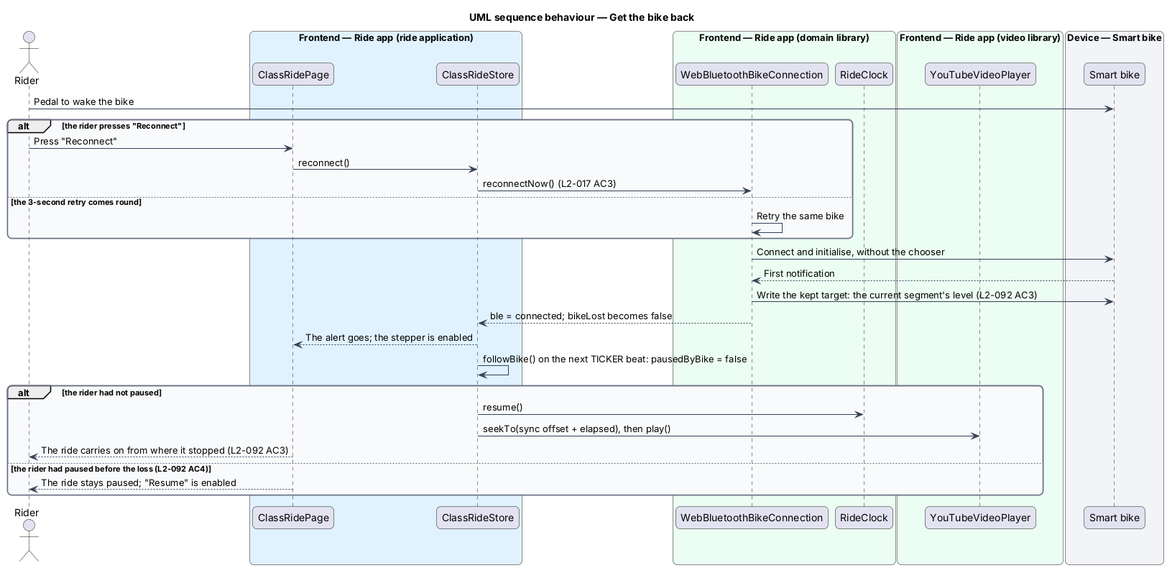
The PlantUML diagram docs/detailed-designs/class-ride/wait-for-a-lost-bike/diagrams/sequence-get-the-bike-back.png in QuinntyneBrown/ride-one, before a commit.
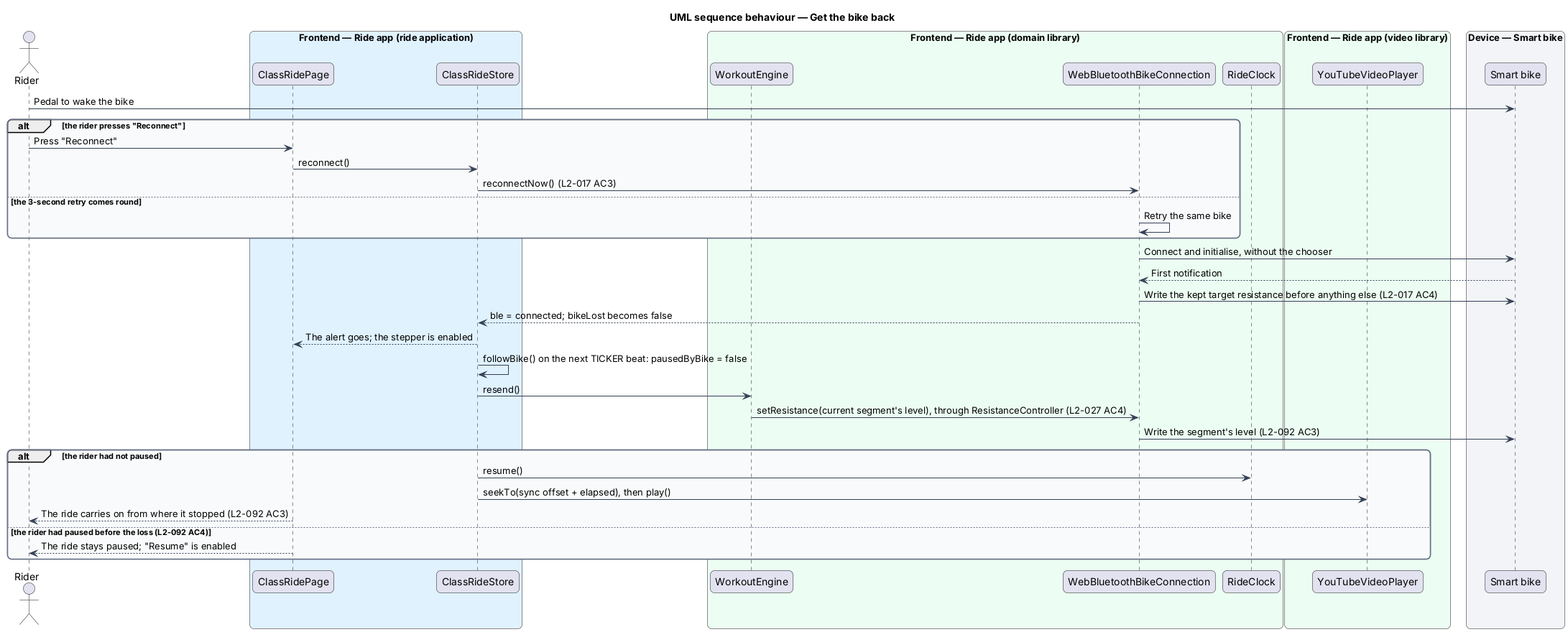
After the change.

What changed in the source:
```diff
@@ -20,6 +20,7 @@
   participant "ClassRideStore" as store
 end box
 box "Frontend — Ride app (domain library)" #ECFDF3
+  participant "WorkoutEngine" as engine
   participant "WebBluetoothBikeConnection" as conn
   participant "RideClock" as clock
 end box
@@ -39,10 +40,13 @@
 end
 conn -> bike : Connect and initialise, without the chooser
 bike --> conn : First notification
-conn -> bike : Write the kept target: the current segment's level (L2-092 AC3)
+conn -> bike : Write the kept target resistance before anything else (L2-017 AC4)
 conn --> store : ble = connected; bikeLost becomes false
 store --> page : The alert goes; the stepper is enabled
 store -> store : followBike() on the next TICKER beat: pausedByBike = false
+store -> engine : resend()
+engine -> conn : setResistance(current segment's level), through ResistanceController (L2-027 AC4)
+conn -> bike : Write the segment's level (L2-092 AC3)
 alt the rider had not paused
   store -> clock : resume()
   store -> player : seekTo(sync offset + elapsed), then play()
```
